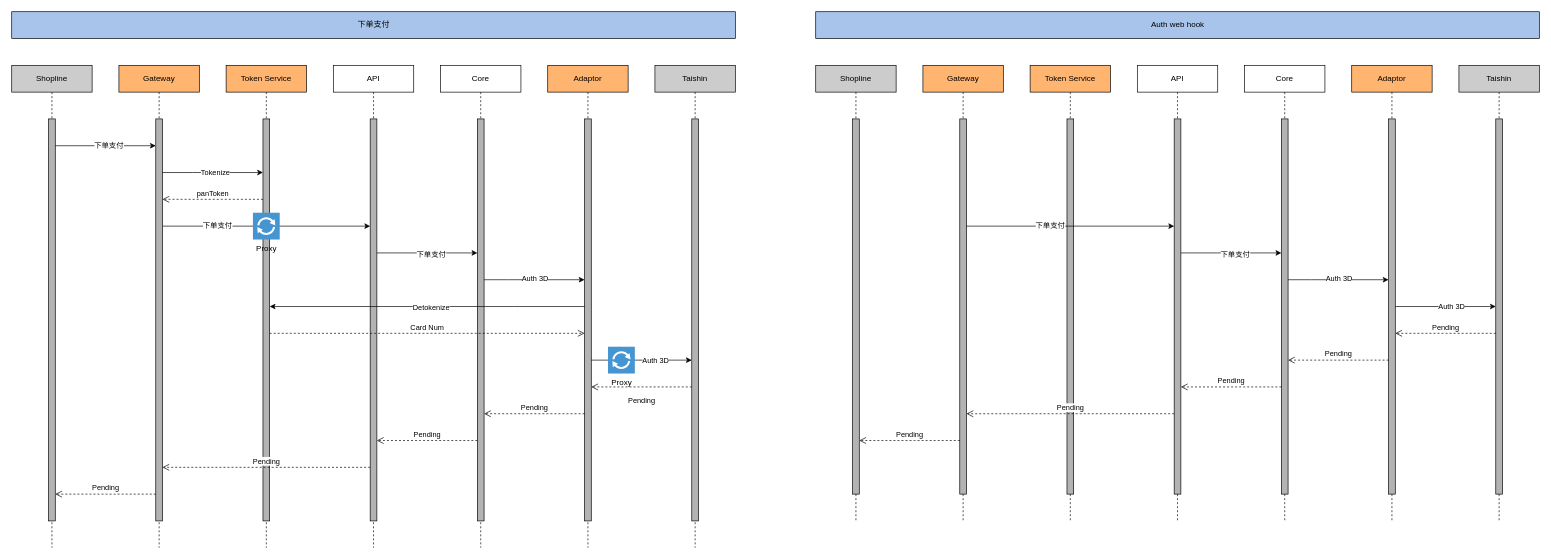
The draw.io diagram page "Page-4" (4 of 4) of Untitled Diagram.drawio in JudeSheng/MarkdownNote, before the edit. Source tidied: cells renumbered, new cells numbered last; positions are measured from the earlier drawing's top-left corner, leaving out a move shared by most shapes. Both pictures are drawn from the tidied source at 67%, with x=0, y=0 at pixel (11, 11).
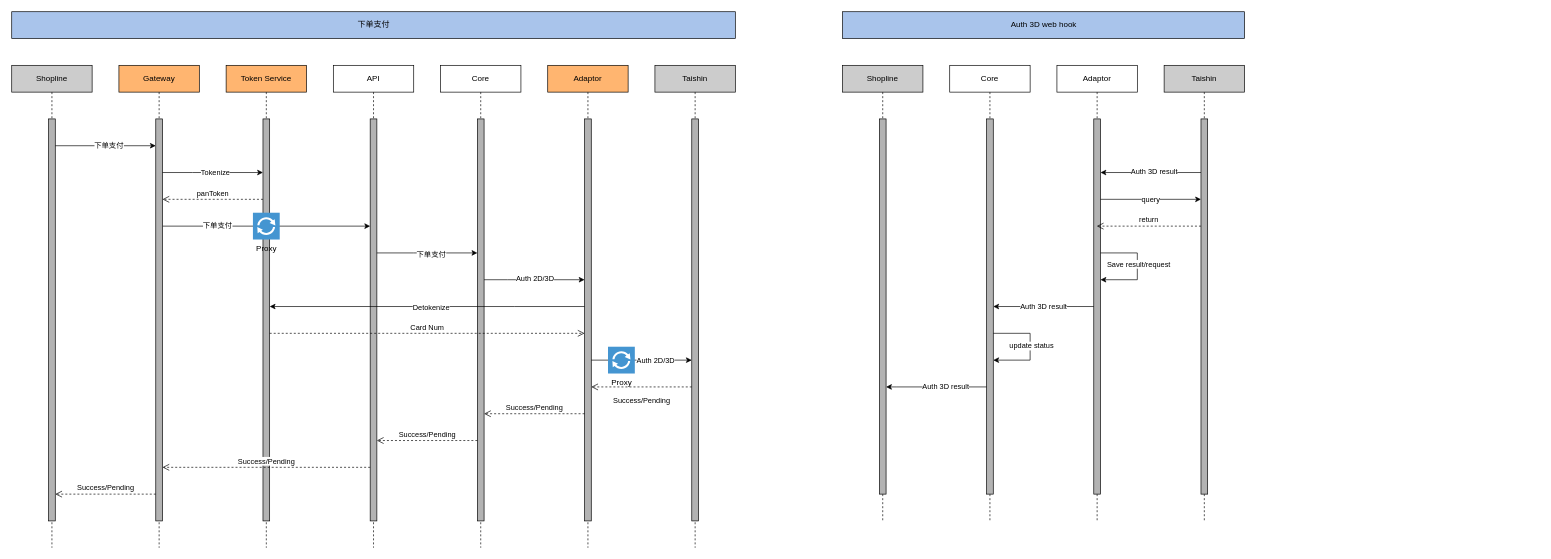
Above is the later version.

The change refers to these unchanged cells:
```xml
<mxCell id="5" style="html=1;points=[];perimeter=orthogonalPerimeter;fillColor=#B3B3B3;" parent="4" vertex="1">
  <mxGeometry x="55" y="80" width="10" height="600" as="geometry" />
</mxCell>
<mxCell id="11" style="html=1;points=[];perimeter=orthogonalPerimeter;fillColor=#B3B3B3;" parent="10" vertex="1">
  <mxGeometry x="55" y="80" width="10" height="600" as="geometry" />
</mxCell>
<mxCell id="13" style="html=1;points=[];perimeter=orthogonalPerimeter;fillColor=#B3B3B3;" parent="12" vertex="1">
  <mxGeometry x="55" y="80" width="10" height="600" as="geometry" />
</mxCell>
<mxCell id="15" style="html=1;points=[];perimeter=orthogonalPerimeter;fillColor=#B3B3B3;" parent="14" vertex="1">
  <mxGeometry x="55" y="80" width="10" height="600" as="geometry" />
</mxCell>
<mxCell id="17" style="html=1;points=[];perimeter=orthogonalPerimeter;fillColor=#B3B3B3;" parent="16" vertex="1">
  <mxGeometry x="55" y="80" width="10" height="600" as="geometry" />
</mxCell>
<mxCell id="19" style="html=1;points=[];perimeter=orthogonalPerimeter;fillColor=#B3B3B3;" parent="18" vertex="1">
  <mxGeometry x="55" y="80" width="10" height="600" as="geometry" />
</mxCell>
<mxCell id="26" style="edgeStyle=orthogonalEdgeStyle;rounded=0;jettySize=auto;html=1;" parent="1" edge="1" source="15" target="17">
  <mxGeometry relative="1" as="geometry">
    <Array as="points">
      <mxPoint x="740" y="400" />
      <mxPoint x="740" y="400" />
    </Array>
  </mxGeometry>
</mxCell>
<mxCell id="28" style="edgeStyle=orthogonalEdgeStyle;rounded=0;jettySize=auto;html=1;" parent="1" edge="1" source="17" target="19">
  <mxGeometry relative="1" as="geometry">
    <Array as="points">
      <mxPoint x="980" y="520" />
      <mxPoint x="980" y="520" />
    </Array>
  </mxGeometry>
</mxCell>
<mxCell id="44" style="html=1;points=[];perimeter=orthogonalPerimeter;fillColor=#B3B3B3;" parent="43" vertex="1">
  <mxGeometry x="55" y="80" width="10" height="560" as="geometry" />
</mxCell>
<mxCell id="46" style="html=1;points=[];perimeter=orthogonalPerimeter;fillColor=#B3B3B3;" parent="45" vertex="1">
  <mxGeometry x="55" y="80" width="10" height="560" as="geometry" />
</mxCell>
<mxCell id="48" style="html=1;points=[];perimeter=orthogonalPerimeter;fillColor=#B3B3B3;" parent="47" vertex="1">
  <mxGeometry x="55" y="80" width="10" height="560" as="geometry" />
</mxCell>
<mxCell id="50" style="html=1;points=[];perimeter=orthogonalPerimeter;fillColor=#B3B3B3;" parent="49" vertex="1">
  <mxGeometry x="55" y="80" width="10" height="560" as="geometry" />
</mxCell>
```

What changed in the source:
```diff
@@
-    <mxCell id="27" value="Auth 3D" style="edgeLabel;html=1;align=center;verticalAlign=middle;" parent="26" vertex="1">
+    <mxCell id="27" value="Auth 2D/3D" style="edgeLabel;html=1;align=center;verticalAlign=middle;" parent="26" vertex="1">
       <mxGeometry y="3" relative="1" as="geometry" />
     </mxCell>
@@
-    <mxCell id="29" value="Auth 3D" style="edgeLabel;html=1;align=center;verticalAlign=middle;" parent="28" vertex="1">
+    <mxCell id="29" value="Auth 2D/3D" style="edgeLabel;html=1;align=center;verticalAlign=middle;" parent="28" vertex="1">
       <mxGeometry x="0.11" y="1" relative="1" as="geometry">
         <mxPoint x="12" y="1" as="offset" />
       </mxGeometry>
     </mxCell>
@@
-    <mxCell id="31" value="Pending" style="html=1;verticalAlign=bottom;endArrow=open;dashed=1;endSize=8;" parent="1" edge="1" source="19" target="17">
+    <mxCell id="31" value="Success/Pending" style="html=1;verticalAlign=bottom;endArrow=open;dashed=1;endSize=8;" parent="1" edge="1" source="19" target="17">
       <mxGeometry y="30" relative="1" as="geometry">
         <Array as="points">
           <mxPoint x="945" y="560" />
         </Array>
       </mxGeometry>
     </mxCell>
-    <mxCell id="32" value="Pending" style="html=1;verticalAlign=bottom;endArrow=open;dashed=1;endSize=8;" parent="1" edge="1" source="17" target="15">
+    <mxCell id="32" value="Success/Pending" style="html=1;verticalAlign=bottom;endArrow=open;dashed=1;endSize=8;" parent="1" edge="1" source="17" target="15">
       <mxGeometry relative="1" as="geometry">
         <Array as="points">
           <mxPoint x="830" y="600" />
         </Array>
       </mxGeometry>
     </mxCell>
-    <mxCell id="33" value="Pending" style="html=1;verticalAlign=bottom;endArrow=open;dashed=1;endSize=8;" parent="1" edge="1" source="15" target="5">
+    <mxCell id="33" value="Success/Pending" style="html=1;verticalAlign=bottom;endArrow=open;dashed=1;endSize=8;" parent="1" edge="1" source="15" target="5">
       <mxGeometry relative="1" as="geometry">
         <Array as="points">
           <mxPoint x="620" y="640" />
         </Array>
       </mxGeometry>
     </mxCell>
-    <mxCell id="34" value="Pending" style="html=1;verticalAlign=bottom;endArrow=open;dashed=1;endSize=8;" parent="1" edge="1" source="5" target="11">
+    <mxCell id="34" value="Success/Pending" style="html=1;verticalAlign=bottom;endArrow=open;dashed=1;endSize=8;" parent="1" edge="1" source="5" target="11">
       <mxGeometry relative="1" as="geometry">
         <Array as="points">
           <mxPoint x="460" y="680" />
         </Array>
       </mxGeometry>
     </mxCell>
-    <mxCell id="35" value="Pending" style="html=1;verticalAlign=bottom;endArrow=open;dashed=1;endSize=8;" parent="1" edge="1" source="11" target="13">
+    <mxCell id="35" value="Success/Pending" style="html=1;verticalAlign=bottom;endArrow=open;dashed=1;endSize=8;" parent="1" edge="1" source="11" target="13">
       <mxGeometry relative="1" as="geometry">
         <Array as="points">
           <mxPoint x="150" y="720" />
         </Array>
       </mxGeometry>
     </mxCell>
@@
-    <mxCell id="37" value="API" style="shape=umlLifeline;perimeter=lifelinePerimeter;whiteSpace=wrap;html=1;fillColor=#FFFFFF;" parent="1" vertex="1">
-      <mxGeometry x="1680" y="80" width="120" height="680" as="geometry" />
-    </mxCell>
-    <mxCell id="38" style="html=1;points=[];perimeter=orthogonalPerimeter;fillColor=#B3B3B3;" parent="37" vertex="1">
-      <mxGeometry x="55" y="80" width="10" height="560" as="geometry" />
-    </mxCell>
-    <mxCell id="39" value="Token Service" style="shape=umlLifeline;perimeter=lifelinePerimeter;whiteSpace=wrap;html=1;fillColor=#FFB570;" parent="1" vertex="1">
-      <mxGeometry x="1520" y="80" width="120" height="680" as="geometry" />
-    </mxCell>
-    <mxCell id="40" style="html=1;perimeter=orthogonalPerimeter;fillColor=#B3B3B3;" parent="39" vertex="1">
-      <mxGeometry x="55" y="80" width="10" height="560" as="geometry" />
-    </mxCell>
-    <mxCell id="41" value="Gateway" style="shape=umlLifeline;perimeter=lifelinePerimeter;whiteSpace=wrap;html=1;fillColor=#FFB570;" parent="1" vertex="1">
-      <mxGeometry x="1360" y="80" width="120" height="680" as="geometry" />
-    </mxCell>
-    <mxCell id="42" style="html=1;points=[];perimeter=orthogonalPerimeter;fillColor=#B3B3B3;" parent="41" vertex="1">
-      <mxGeometry x="55" y="80" width="10" height="560" as="geometry" />
-    </mxCell>
     <mxCell id="43" value="Shopline" style="shape=umlLifeline;perimeter=lifelinePerimeter;whiteSpace=wrap;html=1;fillColor=#CCCCCC;" parent="1" vertex="1">
-      <mxGeometry x="1200" y="80" width="120" height="680" as="geometry" />
+      <mxGeometry x="1240" y="80" width="120" height="680" as="geometry" />
     </mxCell>
@@
     <mxCell id="45" value="Core" style="shape=umlLifeline;perimeter=lifelinePerimeter;whiteSpace=wrap;html=1;fillColor=#FFFFFF;" parent="1" vertex="1">
-      <mxGeometry x="1840" y="80" width="120" height="680" as="geometry" />
+      <mxGeometry x="1400" y="80" width="120" height="680" as="geometry" />
     </mxCell>
@@
+    <mxCell id="69" style="edgeStyle=orthogonalEdgeStyle;rounded=0;orthogonalLoop=1;jettySize=auto;html=1;" parent="45" edge="1" source="46" target="46">
+      <mxGeometry relative="1" as="geometry">
+        <Array as="points">
+          <mxPoint x="120" y="400" />
+          <mxPoint x="120" y="440" />
+        </Array>
+      </mxGeometry>
+    </mxCell>
+    <mxCell id="70" value="update status" style="edgeLabel;html=1;align=center;verticalAlign=middle;" parent="69" vertex="1">
+      <mxGeometry x="-0.03" y="1" relative="1" as="geometry" />
+    </mxCell>
-    <mxCell id="47" value="Adaptor" style="shape=umlLifeline;perimeter=lifelinePerimeter;whiteSpace=wrap;html=1;outlineConnect=0;fillColor=#FFB570;" parent="1" vertex="1">
-      <mxGeometry x="2000" y="80" width="120" height="680" as="geometry" />
+    <mxCell id="47" value="Adaptor" style="shape=umlLifeline;perimeter=lifelinePerimeter;whiteSpace=wrap;html=1;outlineConnect=0;fillColor=#FFFFFF;" parent="1" vertex="1">
+      <mxGeometry x="1560" y="80" width="120" height="680" as="geometry" />
     </mxCell>
@@
+    <mxCell id="71" value="&lt;span style=&quot;color: rgba(0, 0, 0, 0); font-family: monospace; font-size: 0px; font-style: normal; font-weight: 400; letter-spacing: normal; text-indent: 0px; text-transform: none; word-spacing: 0px; background-color: rgb(255, 255, 255); display: inline; float: none;&quot;&gt;&amp;nbsp;&lt;/span&gt;" style="edgeStyle=orthogonalEdgeStyle;rounded=0;orthogonalLoop=1;jettySize=auto;html=1;elbow=vertical;" parent="47" edge="1" source="48" target="48">
+      <mxGeometry relative="1" as="geometry">
+        <Array as="points">
+          <mxPoint x="120" y="280" />
+          <mxPoint x="100" y="320" />
+        </Array>
+      </mxGeometry>
+    </mxCell>
+    <mxCell id="72" value="Save result/request" style="edgeLabel;html=1;align=center;verticalAlign=middle;" parent="71" vertex="1">
+      <mxGeometry x="-0.05" y="1" relative="1" as="geometry" />
+    </mxCell>
     <mxCell id="49" value="Taishin" style="shape=umlLifeline;perimeter=lifelinePerimeter;whiteSpace=wrap;html=1;fillColor=#CCCCCC;" parent="1" vertex="1">
-      <mxGeometry x="2160" y="80" width="120" height="680" as="geometry" />
+      <mxGeometry x="1720" y="80" width="120" height="680" as="geometry" />
     </mxCell>
@@
-    <mxCell id="51" style="edgeStyle=orthogonalEdgeStyle;rounded=0;jettySize=auto;html=1;" parent="1" edge="1" source="38" target="46">
-      <mxGeometry relative="1" as="geometry">
-        <Array as="points">
-          <mxPoint x="1800" y="360" />
-          <mxPoint x="1800" y="360" />
-        </Array>
-      </mxGeometry>
-    </mxCell>
-    <mxCell id="52" value="下单支付" style="edgeLabel;html=1;align=center;verticalAlign=middle;" parent="51" vertex="1">
-      <mxGeometry x="0.07" y="-1" relative="1" as="geometry" />
-    </mxCell>
-    <mxCell id="53" style="edgeStyle=orthogonalEdgeStyle;rounded=0;jettySize=auto;html=1;" parent="1" edge="1" source="46" target="48">
-      <mxGeometry relative="1" as="geometry">
-        <Array as="points">
-          <mxPoint x="1940" y="400" />
-          <mxPoint x="1940" y="400" />
-        </Array>
-      </mxGeometry>
-    </mxCell>
-    <mxCell id="54" value="Auth 3D" style="edgeLabel;html=1;align=center;verticalAlign=middle;" parent="53" vertex="1">
-      <mxGeometry y="3" relative="1" as="geometry" />
-    </mxCell>
-    <mxCell id="55" style="edgeStyle=orthogonalEdgeStyle;rounded=0;jettySize=auto;html=1;" parent="1" edge="1" source="48" target="50">
-      <mxGeometry relative="1" as="geometry" />
-    </mxCell>
-    <mxCell id="56" value="Auth 3D" style="edgeLabel;html=1;align=center;verticalAlign=middle;" parent="55" vertex="1">
-      <mxGeometry x="0.11" y="1" relative="1" as="geometry" />
-    </mxCell>
-    <mxCell id="57" style="edgeStyle=orthogonalEdgeStyle;rounded=0;jettySize=auto;html=1;" parent="1" edge="1" source="42" target="38">
-      <mxGeometry relative="1" as="geometry">
-        <Array as="points">
-          <mxPoint x="1530" y="320" />
-          <mxPoint x="1530" y="320" />
-        </Array>
-      </mxGeometry>
-    </mxCell>
-    <mxCell id="58" value="下单支付" style="edgeLabel;html=1;align=center;verticalAlign=middle;" parent="57" vertex="1">
-      <mxGeometry x="-0.2" y="2" relative="1" as="geometry" />
-    </mxCell>
-    <mxCell id="59" value="Pending" style="html=1;verticalAlign=bottom;endArrow=open;dashed=1;endSize=8;" parent="1" edge="1" source="50" target="48">
-      <mxGeometry relative="1" as="geometry">
-        <Array as="points">
-          <mxPoint x="2145" y="480" />
-        </Array>
-      </mxGeometry>
-    </mxCell>
-    <mxCell id="60" value="Pending" style="html=1;verticalAlign=bottom;endArrow=open;dashed=1;endSize=8;" parent="1" edge="1" source="48" target="46">
-      <mxGeometry relative="1" as="geometry">
-        <Array as="points">
-          <mxPoint x="2030" y="520" />
-        </Array>
-      </mxGeometry>
-    </mxCell>
-    <mxCell id="61" value="Pending" style="html=1;verticalAlign=bottom;endArrow=open;dashed=1;endSize=8;" parent="1" edge="1" source="46" target="38">
-      <mxGeometry relative="1" as="geometry">
-        <Array as="points">
-          <mxPoint x="1830" y="560" />
-        </Array>
-      </mxGeometry>
-    </mxCell>
-    <mxCell id="62" value="Pending" style="html=1;verticalAlign=bottom;endArrow=open;dashed=1;endSize=8;" parent="1" edge="1" source="38" target="42">
-      <mxGeometry relative="1" as="geometry">
-        <Array as="points">
-          <mxPoint x="1660" y="600" />
-        </Array>
-      </mxGeometry>
-    </mxCell>
-    <mxCell id="63" value="Pending" style="html=1;verticalAlign=bottom;endArrow=open;dashed=1;endSize=8;" parent="1" edge="1" source="42" target="44">
-      <mxGeometry relative="1" as="geometry">
-        <Array as="points">
-          <mxPoint x="1350" y="640" />
-        </Array>
-      </mxGeometry>
-    </mxCell>
-    <mxCell id="64" value="Auth web hook" style="html=1;fillColor=#A9C4EB;" parent="1" vertex="1">
-      <mxGeometry x="1200" width="1080" height="40" as="geometry" />
+    <mxCell id="64" value="Auth 3D web hook" style="html=1;fillColor=#A9C4EB;" parent="1" vertex="1">
+      <mxGeometry x="1240" width="600" height="40" as="geometry" />
     </mxCell>
@@
+    <mxCell id="59" style="edgeStyle=orthogonalEdgeStyle;rounded=0;jettySize=auto;html=1;" parent="1" edge="1" source="50" target="48">
+      <mxGeometry relative="1" as="geometry">
+        <Array as="points">
+          <mxPoint x="1720" y="240" />
+          <mxPoint x="1720" y="240" />
+        </Array>
+      </mxGeometry>
+    </mxCell>
+    <mxCell id="73" value="Auth 3D result" style="edgeLabel;html=1;align=center;verticalAlign=middle;" parent="59" vertex="1">
+      <mxGeometry x="-0.05" y="-2" relative="1" as="geometry" />
+    </mxCell>
+    <mxCell id="60" value="Auth 3D result" style="edgeStyle=orthogonalEdgeStyle;rounded=0;jettySize=auto;html=1;" parent="1" edge="1" source="48" target="46">
+      <mxGeometry relative="1" as="geometry">
+        <Array as="points">
+          <mxPoint x="1590" y="440" />
+          <mxPoint x="1590" y="440" />
+        </Array>
+      </mxGeometry>
+    </mxCell>
+    <mxCell id="74" style="edgeStyle=orthogonalEdgeStyle;rounded=0;jettySize=auto;html=1;" parent="1" edge="1" source="46" target="44">
+      <mxGeometry relative="1" as="geometry">
+        <Array as="points">
+          <mxPoint x="1320" y="560" />
+          <mxPoint x="1320" y="560" />
+        </Array>
+      </mxGeometry>
+    </mxCell>
+    <mxCell id="75" value="Auth 3D result" style="edgeLabel;html=1;align=center;verticalAlign=middle;" parent="74" vertex="1">
+      <mxGeometry x="-0.18" y="-1" relative="1" as="geometry" />
+    </mxCell>
+    <mxCell id="55" value="query" style="edgeStyle=orthogonalEdgeStyle;rounded=0;jettySize=auto;html=1;" parent="1" edge="1" source="48" target="50">
+      <mxGeometry relative="1" as="geometry">
+        <Array as="points">
+          <mxPoint x="1690" y="280" />
+          <mxPoint x="1690" y="280" />
+        </Array>
+      </mxGeometry>
+    </mxCell>
+    <mxCell id="76" value="return" style="html=1;verticalAlign=bottom;endArrow=open;dashed=1;endSize=8;" parent="1" edge="1" source="50" target="47">
+      <mxGeometry relative="1" as="geometry">
+        <Array as="points">
+          <mxPoint x="1710" y="320" />
+        </Array>
+      </mxGeometry>
+    </mxCell>
```
